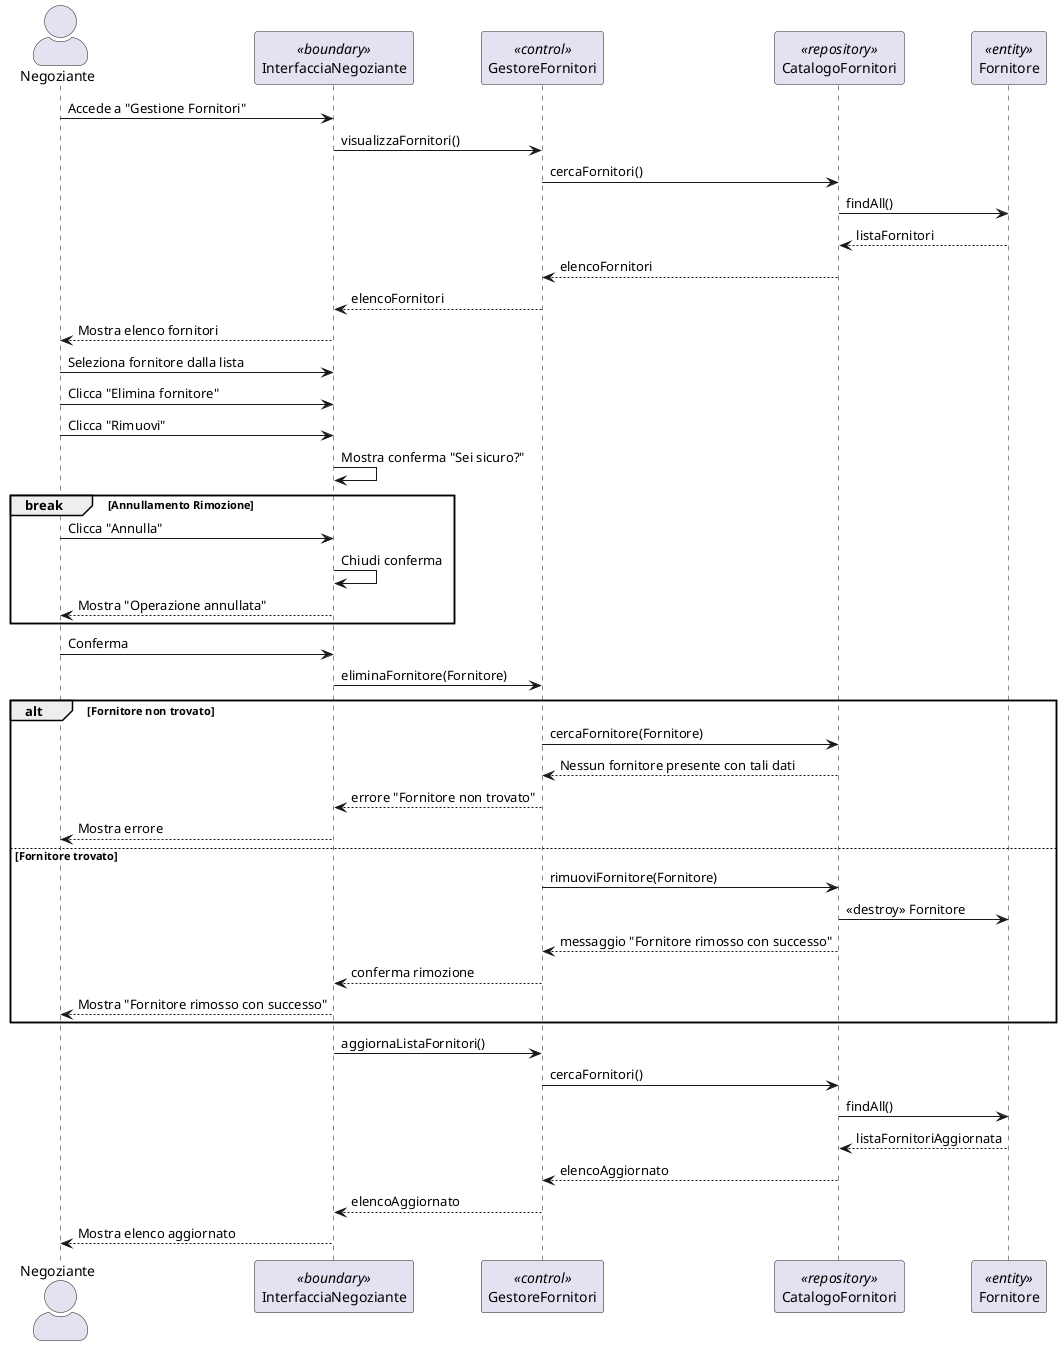
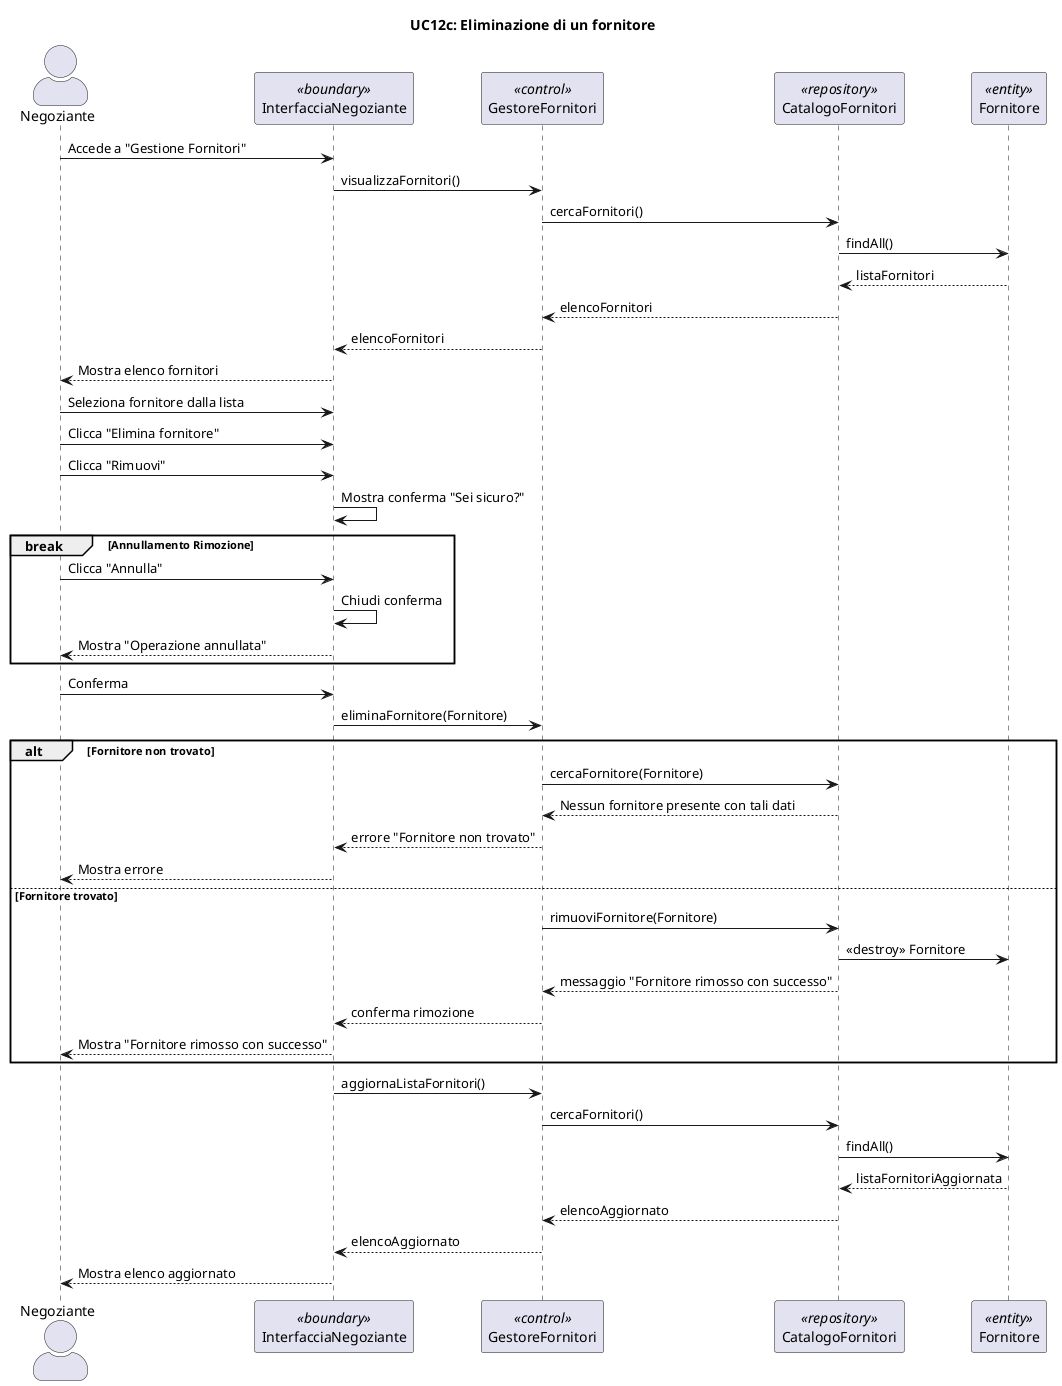
@startuml
+ title UC12c: Eliminazione di un fornitore
skinparam actorStyle awesome

actor "Negoziante" as N
participant "InterfacciaNegoziante" as IN <<boundary>>
participant "GestoreFornitori" as G <<control>>
participant "CatalogoFornitori" as CF <<repository>>
participant "Fornitore" as F <<entity>>

N -> IN: Accede a "Gestione Fornitori"
IN -> G: visualizzaFornitori()
G -> CF: cercaFornitori()
CF -> F: findAll()
F --> CF: listaFornitori
CF --> G: elencoFornitori
G --> IN: elencoFornitori
IN --> N: Mostra elenco fornitori
N -> IN: Seleziona fornitore dalla lista
N -> IN: Clicca "Elimina fornitore"
    N -> IN: Clicca "Rimuovi"
    IN -> IN: Mostra conferma "Sei sicuro?"

    break Annullamento Rimozione
        N -> IN: Clicca "Annulla"
        IN -> IN: Chiudi conferma
        IN --> N: Mostra "Operazione annullata"
    end

    N -> IN: Conferma
    IN -> G: eliminaFornitore(Fornitore)

    alt Fornitore non trovato
        G -> CF: cercaFornitore(Fornitore)
        CF --> G: Nessun fornitore presente con tali dati
        G --> IN: errore "Fornitore non trovato"
        IN --> N: Mostra errore

    else Fornitore trovato
        G -> CF: rimuoviFornitore(Fornitore)
        CF -> F: <<destroy>> Fornitore
        CF --> G: messaggio "Fornitore rimosso con successo"
        G --> IN: conferma rimozione
        IN --> N: Mostra "Fornitore rimosso con successo"
    end
IN -> G: aggiornaListaFornitori()
G -> CF: cercaFornitori()
CF -> F: findAll()
F --> CF: listaFornitoriAggiornata
CF --> G: elencoAggiornato
G --> IN: elencoAggiornato
IN --> N: Mostra elenco aggiornato
@enduml